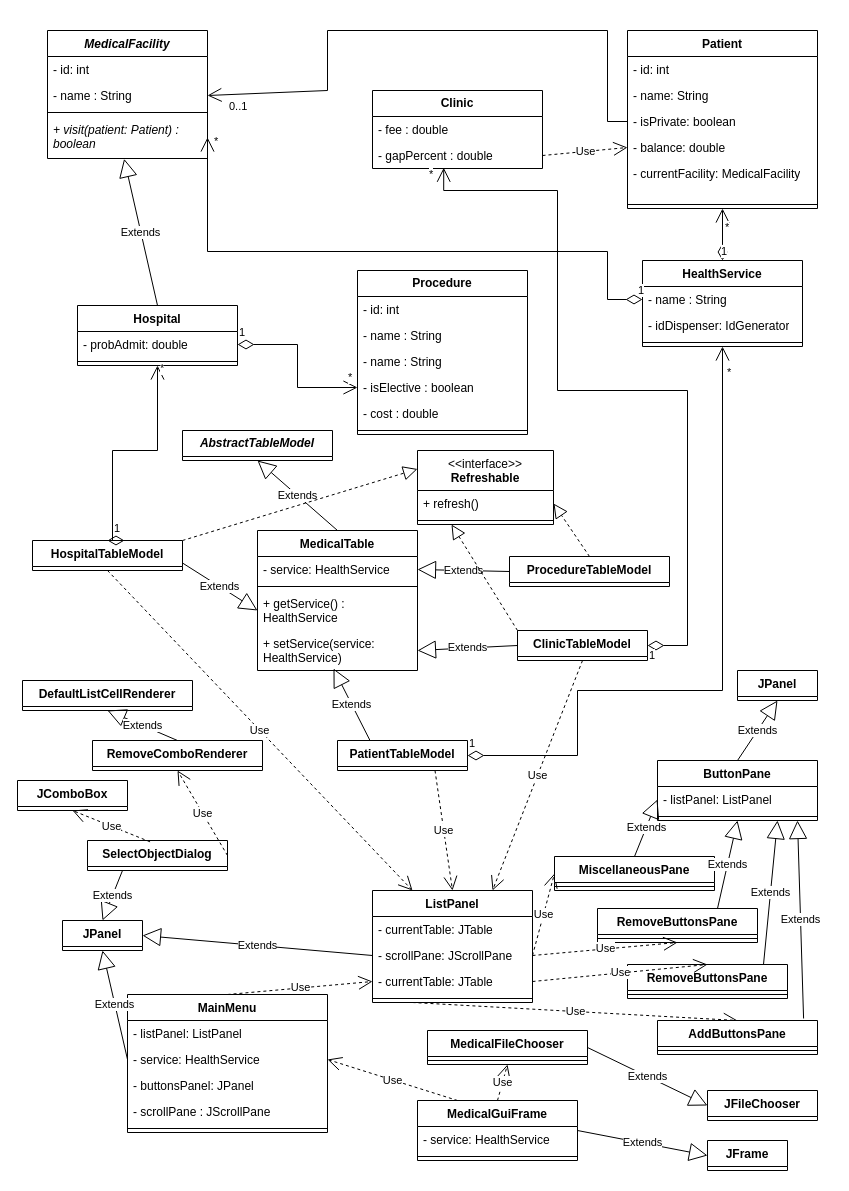
Before: UML_diagram.drawio in YvesStraten/medical-console-gui, a draw.io diagram. Source tidied: cells renumbered, new cells numbered last; positions are measured from the earlier drawing's top-left corner, leaving out a move shared by most shapes. Both pictures are drawn from the tidied source at 100%, with x=0, y=0 at pixel (17, 30).
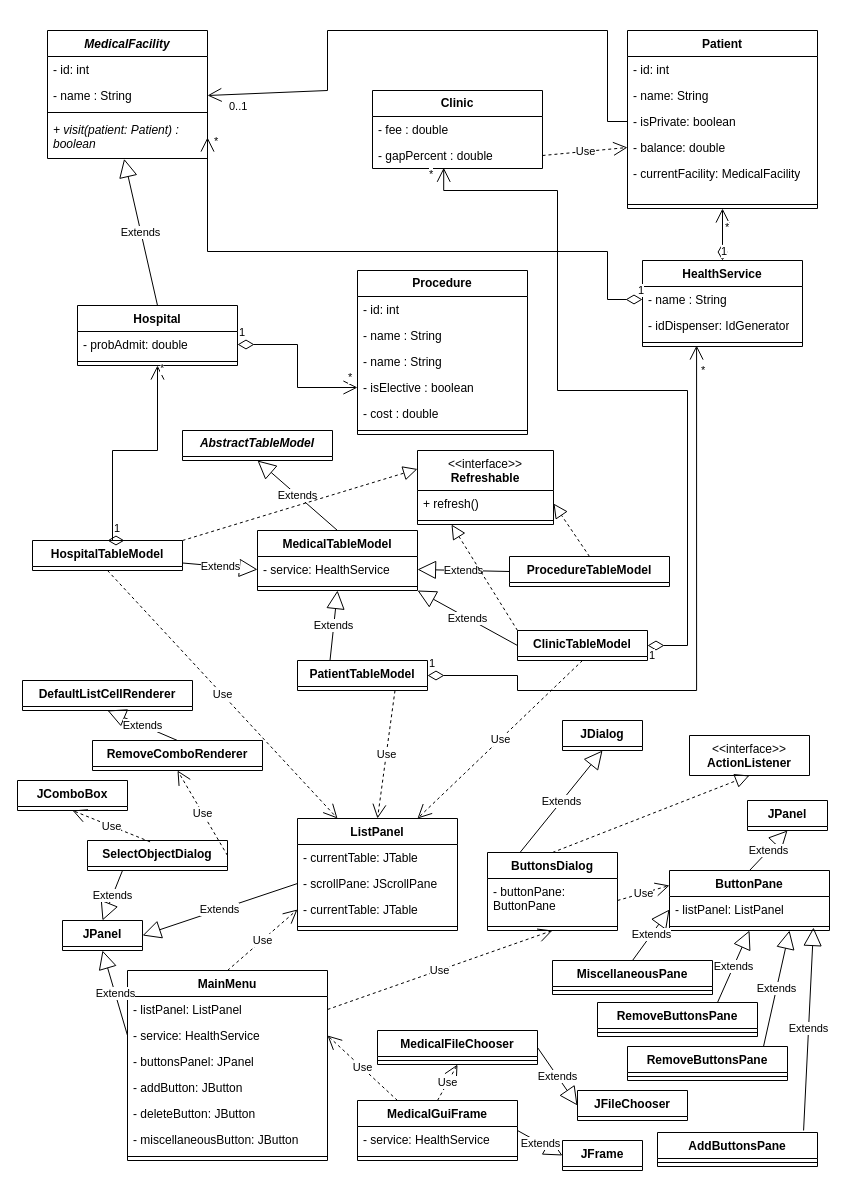
The same diagram, later.

Unchanged cells that the change refers to:
```xml
<mxCell id="25" value="HospitalTableModel" style="swimlane;fontStyle=1;align=center;verticalAlign=top;horizontal=1;startSize=26;whiteSpace=wrap;html=1;" parent="1" vertex="1" collapsed="1">
  <mxGeometry x="15" y="510" width="150" height="30" as="geometry" />
</mxCell>
<mxCell id="28" value="HealthService" style="swimlane;fontStyle=1;align=center;verticalAlign=top;horizontal=1;startSize=26;whiteSpace=wrap;html=1;" parent="1" vertex="1">
  <mxGeometry x="625" y="230" width="160" height="86" as="geometry" />
</mxCell>
<mxCell id="31" style="line;strokeWidth=1;fillColor=none;align=left;verticalAlign=middle;spacingTop=-1;spacingLeft=3;spacingRight=3;labelPosition=right;points=[];portConstraint=eastwest;strokeColor=inherit;" parent="28" vertex="1">
  <mxGeometry y="78" width="160" height="8" as="geometry" />
</mxCell>
<mxCell id="43" value="ClinicTableModel" style="swimlane;fontStyle=1;align=center;verticalAlign=top;horizontal=1;startSize=26;whiteSpace=wrap;html=1;" parent="1" vertex="1" collapsed="1">
  <mxGeometry x="500" y="600" width="130" height="30" as="geometry" />
</mxCell>
<mxCell id="52" value="&lt;div&gt;- listPanel: ListPanel&lt;/div&gt;" style="text;strokeColor=none;fillColor=none;align=left;verticalAlign=top;spacingLeft=4;spacingRight=4;overflow=hidden;points=[[0,0.5],[1,0.5]];portConstraint=eastwest;whiteSpace=wrap;html=1;" parent="51" vertex="1">
  <mxGeometry y="26" width="200" height="26" as="geometry" />
</mxCell>
<mxCell id="70" value="- service: HealthService" style="text;strokeColor=none;fillColor=none;align=left;verticalAlign=top;spacingLeft=4;spacingRight=4;overflow=hidden;points=[[0,0.5],[1,0.5]];portConstraint=eastwest;whiteSpace=wrap;html=1;" parent="69" vertex="1">
  <mxGeometry y="26" width="160" height="26" as="geometry" />
</mxCell>
<mxCell id="79" value="- scrollPane: JScrollPane" style="text;strokeColor=none;fillColor=none;align=left;verticalAlign=top;spacingLeft=4;spacingRight=4;overflow=hidden;points=[[0,0.5],[1,0.5]];portConstraint=eastwest;whiteSpace=wrap;html=1;" parent="77" vertex="1">
  <mxGeometry y="52" width="160" height="26" as="geometry" />
</mxCell>
<mxCell id="80" value="- currentTable: JTable" style="text;strokeColor=none;fillColor=none;align=left;verticalAlign=top;spacingLeft=4;spacingRight=4;overflow=hidden;points=[[0,0.5],[1,0.5]];portConstraint=eastwest;whiteSpace=wrap;html=1;" parent="77" vertex="1">
  <mxGeometry y="78" width="160" height="26" as="geometry" />
</mxCell>
<mxCell id="112" style="line;strokeWidth=1;fillColor=none;align=left;verticalAlign=middle;spacingTop=-1;spacingLeft=3;spacingRight=3;labelPosition=right;points=[];portConstraint=eastwest;strokeColor=inherit;" parent="110" vertex="1">
  <mxGeometry y="52" width="160" height="8" as="geometry" />
</mxCell>
```

Diff of the diagram source:
```diff
@@
-    <mxCell id="3" value="Extends" style="endArrow=block;endSize=16;endFill=0;html=1;rounded=0;exitX=1;exitY=0.75;exitDx=0;exitDy=0;entryX=0;entryY=0.5;entryDx=0;entryDy=0;" parent="1" edge="1" source="25" target="72">
+    <mxCell id="3" value="Extends" style="endArrow=block;endSize=16;endFill=0;html=1;rounded=0;exitX=1;exitY=0.75;exitDx=0;exitDy=0;entryX=0;entryY=0.5;entryDx=0;entryDy=0;" parent="1" edge="1" source="25" target="70">
       <mxGeometry relative="1" as="geometry" />
     </mxCell>
@@
-    <mxCell id="44" value="Extends" style="endArrow=block;endSize=16;endFill=0;html=1;rounded=0;exitX=0;exitY=0.5;exitDx=0;exitDy=0;entryX=1;entryY=0.5;entryDx=0;entryDy=0;" parent="1" edge="1" source="43" target="73">
+    <mxCell id="44" value="Extends" style="endArrow=block;endSize=16;endFill=0;html=1;rounded=0;exitX=0;exitY=0.5;exitDx=0;exitDy=0;entryX=1;entryY=1;entryDx=0;entryDy=0;" parent="1" edge="1" source="43" target="69">
       <mxGeometry relative="1" as="geometry" />
     </mxCell>
     <mxCell id="45" value="PatientTableModel" style="swimlane;fontStyle=1;align=center;verticalAlign=top;horizontal=1;startSize=26;whiteSpace=wrap;html=1;" parent="1" vertex="1" collapsed="1">
-      <mxGeometry x="320" y="710" width="130" height="30" as="geometry" />
+      <mxGeometry x="280" y="630" width="130" height="30" as="geometry" />
     </mxCell>
-    <mxCell id="46" value="Extends" style="endArrow=block;endSize=16;endFill=0;html=1;rounded=0;exitX=0.25;exitY=0;exitDx=0;exitDy=0;entryX=0.475;entryY=0.95;entryDx=0;entryDy=0;entryPerimeter=0;" parent="1" edge="1" source="45" target="73">
+    <mxCell id="46" value="Extends" style="endArrow=block;endSize=16;endFill=0;html=1;rounded=0;exitX=0.25;exitY=0;exitDx=0;exitDy=0;entryX=0.5;entryY=1;entryDx=0;entryDy=0;" parent="1" edge="1" source="45" target="69">
       <mxGeometry relative="1" as="geometry" />
     </mxCell>
-    <mxCell id="47" value="1" style="endArrow=open;html=1;endSize=12;startArrow=diamondThin;startSize=14;startFill=0;edgeStyle=orthogonalEdgeStyle;align=left;verticalAlign=bottom;rounded=0;exitX=1;exitY=0.5;exitDx=0;exitDy=0;entryX=0.5;entryY=1;entryDx=0;entryDy=0;" parent="1" edge="1" source="45" target="28">
+    <mxCell id="47" value="1" style="endArrow=open;html=1;endSize=12;startArrow=diamondThin;startSize=14;startFill=0;edgeStyle=orthogonalEdgeStyle;align=left;verticalAlign=bottom;rounded=0;exitX=1;exitY=0.5;exitDx=0;exitDy=0;entryX=0.338;entryY=0.875;entryDx=0;entryDy=0;entryPerimeter=0;" parent="1" edge="1" source="45" target="31">
       <mxGeometry x="-1" y="3" relative="1" as="geometry">
         <Array as="points">
-          <mxPoint x="560" y="725" />
-          <mxPoint x="560" y="660" />
-          <mxPoint x="705" y="660" />
+          <mxPoint x="500" y="645" />
+          <mxPoint x="500" y="660" />
+          <mxPoint x="679" y="660" />
         </Array>
       </mxGeometry>
     </mxCell>
@@
     <mxCell id="51" value="MainMenu" style="swimlane;fontStyle=1;align=center;verticalAlign=top;horizontal=1;startSize=26;whiteSpace=wrap;html=1;" parent="1" vertex="1">
-      <mxGeometry x="110" y="964" width="200" height="138" as="geometry" />
+      <mxGeometry x="110" y="940" width="200" height="190" as="geometry" />
     </mxCell>
@@
-    <mxCell id="55" value="- scrollPane : JScrollPane" style="text;strokeColor=none;fillColor=none;align=left;verticalAlign=top;spacingLeft=4;spacingRight=4;overflow=hidden;whiteSpace=wrap;html=1;" parent="51" vertex="1">
-      <mxGeometry y="104" width="200" height="26" as="geometry" />
-    </mxCell>
+    <mxCell id="126" value="- addButton: JButton" style="text;strokeColor=none;fillColor=none;align=left;verticalAlign=top;spacingLeft=4;spacingRight=4;overflow=hidden;whiteSpace=wrap;html=1;" parent="51" vertex="1">
+      <mxGeometry y="104" width="200" height="26" as="geometry" />
+    </mxCell>
+    <mxCell id="127" value="- deleteButton: JButton" style="text;strokeColor=none;fillColor=none;align=left;verticalAlign=top;spacingLeft=4;spacingRight=4;overflow=hidden;whiteSpace=wrap;html=1;" parent="51" vertex="1">
+      <mxGeometry y="130" width="200" height="26" as="geometry" />
+    </mxCell>
+    <mxCell id="128" value="- miscellaneousButton: JButton" style="text;strokeColor=none;fillColor=none;align=left;verticalAlign=top;spacingLeft=4;spacingRight=4;overflow=hidden;whiteSpace=wrap;html=1;" parent="51" vertex="1">
+      <mxGeometry y="156" width="200" height="26" as="geometry" />
+    </mxCell>
     <mxCell id="56" style="line;strokeWidth=1;fillColor=none;align=left;verticalAlign=middle;spacingTop=-1;spacingLeft=3;spacingRight=3;labelPosition=right;strokeColor=inherit;" parent="51" vertex="1">
-      <mxGeometry y="130" width="200" height="8" as="geometry" />
+      <mxGeometry y="182" width="200" height="8" as="geometry" />
     </mxCell>
@@
     <mxCell id="59" value="JFrame" style="swimlane;fontStyle=1;align=center;verticalAlign=top;horizontal=1;startSize=26;whiteSpace=wrap;html=1;" parent="1" vertex="1" collapsed="1">
-      <mxGeometry x="690" y="1110" width="80" height="30" as="geometry" />
+      <mxGeometry x="545" y="1110" width="80" height="30" as="geometry" />
     </mxCell>
@@
     <mxCell id="61" value="MedicalGuiFrame" style="swimlane;fontStyle=1;align=center;verticalAlign=top;horizontal=1;startSize=26;whiteSpace=wrap;html=1;" parent="1" vertex="1">
-      <mxGeometry x="400" y="1070" width="160" height="60" as="geometry" />
+      <mxGeometry x="340" y="1070" width="160" height="60" as="geometry" />
     </mxCell>
@@
     <mxCell id="64" value="MedicalFileChooser" style="swimlane;fontStyle=1;align=center;verticalAlign=top;horizontal=1;startSize=26;whiteSpace=wrap;html=1;" parent="1" vertex="1">
-      <mxGeometry x="410" y="1000" width="160" height="34" as="geometry" />
+      <mxGeometry x="360" y="1000" width="160" height="34" as="geometry" />
     </mxCell>
@@
     <mxCell id="66" value="JFileChooser" style="swimlane;fontStyle=1;align=center;verticalAlign=top;horizontal=1;startSize=26;whiteSpace=wrap;html=1;" parent="1" vertex="1" collapsed="1">
-      <mxGeometry x="690" y="1060" width="110" height="30" as="geometry" />
+      <mxGeometry x="560" y="1060" width="110" height="30" as="geometry" />
     </mxCell>
@@
-    <mxCell id="69" value="MedicalTable" style="swimlane;fontStyle=1;align=center;verticalAlign=top;horizontal=1;startSize=26;whiteSpace=wrap;html=1;" parent="1" vertex="1">
-      <mxGeometry x="240" y="500" width="160" height="140" as="geometry" />
+    <mxCell id="69" value="MedicalTableModel" style="swimlane;fontStyle=1;align=center;verticalAlign=top;horizontal=1;startSize=26;whiteSpace=wrap;html=1;" parent="1" vertex="1">
+      <mxGeometry x="240" y="500" width="160" height="60" as="geometry" />
     </mxCell>
@@
-    <mxCell id="72" value="+ getService() : HealthService" style="text;strokeColor=none;fillColor=none;align=left;verticalAlign=top;spacingLeft=4;spacingRight=4;overflow=hidden;points=[[0,0.5],[1,0.5]];portConstraint=eastwest;whiteSpace=wrap;html=1;" parent="69" vertex="1">
-      <mxGeometry y="60" width="160" height="40" as="geometry" />
-    </mxCell>
-    <mxCell id="73" value="+ setService(service: HealthService)" style="text;strokeColor=none;fillColor=none;align=left;verticalAlign=top;spacingLeft=4;spacingRight=4;overflow=hidden;points=[[0,0.5],[1,0.5]];portConstraint=eastwest;whiteSpace=wrap;html=1;" parent="69" vertex="1">
-      <mxGeometry y="100" width="160" height="40" as="geometry" />
-    </mxCell>
@@
     <mxCell id="77" value="ListPanel" style="swimlane;fontStyle=1;align=center;verticalAlign=top;horizontal=1;startSize=26;whiteSpace=wrap;html=1;" parent="1" vertex="1">
-      <mxGeometry x="355" y="860" width="160" height="112" as="geometry" />
+      <mxGeometry x="280" y="788" width="160" height="112" as="geometry" />
     </mxCell>
@@
-    <mxCell id="83" value="Use" style="endArrow=open;endSize=12;dashed=1;html=1;rounded=0;entryX=0.5;entryY=0;entryDx=0;entryDy=0;exitX=0.25;exitY=1;exitDx=0;exitDy=0;" parent="1" edge="1" source="77" target="84">
-      <mxGeometry relative="1" as="geometry" />
-    </mxCell>
     <mxCell id="84" value="AddButtonsPane" style="swimlane;fontStyle=1;align=center;verticalAlign=top;horizontal=1;startSize=26;whiteSpace=wrap;html=1;" parent="1" vertex="1">
-      <mxGeometry x="640" y="990" width="160" height="34" as="geometry" />
+      <mxGeometry x="640" y="1102" width="160" height="34" as="geometry" />
     </mxCell>
@@
     <mxCell id="86" value="RemoveButtonsPane&lt;div&gt;&lt;br&gt;&lt;/div&gt;" style="swimlane;fontStyle=1;align=center;verticalAlign=top;horizontal=1;startSize=26;whiteSpace=wrap;html=1;" parent="1" vertex="1">
-      <mxGeometry x="610" y="934" width="160" height="34" as="geometry" />
+      <mxGeometry x="610" y="1016" width="160" height="34" as="geometry" />
     </mxCell>
@@
     <mxCell id="88" value="RemoveButtonsPane&lt;div&gt;&lt;br&gt;&lt;/div&gt;" style="swimlane;fontStyle=1;align=center;verticalAlign=top;horizontal=1;startSize=26;whiteSpace=wrap;html=1;" parent="1" vertex="1">
-      <mxGeometry x="580" y="878" width="160" height="34" as="geometry" />
+      <mxGeometry x="580" y="972" width="160" height="34" as="geometry" />
     </mxCell>
@@
-    <mxCell id="90" value="Use" style="endArrow=open;endSize=12;dashed=1;html=1;rounded=0;entryX=0.5;entryY=0;entryDx=0;entryDy=0;exitX=1;exitY=0.5;exitDx=0;exitDy=0;" parent="1" edge="1" source="80" target="86">
-      <mxGeometry relative="1" as="geometry" />
-    </mxCell>
-    <mxCell id="91" value="Use" style="endArrow=open;endSize=12;dashed=1;html=1;rounded=0;entryX=0.5;entryY=1;entryDx=0;entryDy=0;exitX=1;exitY=0.5;exitDx=0;exitDy=0;" parent="1" edge="1" source="79" target="88">
-      <mxGeometry relative="1" as="geometry" />
-    </mxCell>
-    <mxCell id="92" value="Use" style="endArrow=open;endSize=12;dashed=1;html=1;rounded=0;entryX=0;entryY=0.5;entryDx=0;entryDy=0;exitX=1;exitY=0.5;exitDx=0;exitDy=0;" parent="1" edge="1" source="79" target="93">
-      <mxGeometry relative="1" as="geometry" />
-    </mxCell>
     <mxCell id="93" value="&lt;div&gt;MiscellaneousPane&lt;/div&gt;" style="swimlane;fontStyle=1;align=center;verticalAlign=top;horizontal=1;startSize=26;whiteSpace=wrap;html=1;" parent="1" vertex="1">
-      <mxGeometry x="537" y="826" width="160" height="34" as="geometry" />
+      <mxGeometry x="535" y="930" width="160" height="34" as="geometry" />
     </mxCell>
@@
     <mxCell id="109" value="JPanel" style="swimlane;fontStyle=1;align=center;verticalAlign=top;horizontal=1;startSize=26;whiteSpace=wrap;html=1;" parent="1" vertex="1" collapsed="1">
-      <mxGeometry x="720" y="640" width="80" height="30" as="geometry" />
+      <mxGeometry x="730" y="770" width="80" height="30" as="geometry" />
     </mxCell>
     <mxCell id="110" value="ButtonPane" style="swimlane;fontStyle=1;align=center;verticalAlign=top;horizontal=1;startSize=26;whiteSpace=wrap;html=1;" parent="1" vertex="1">
-      <mxGeometry x="640" y="730" width="160" height="60" as="geometry" />
+      <mxGeometry x="652" y="840" width="160" height="60" as="geometry" />
     </mxCell>
@@
-    <mxCell id="117" value="Extends" style="endArrow=block;endSize=16;endFill=0;html=1;rounded=0;exitX=0.913;exitY=-0.059;exitDx=0;exitDy=0;exitPerimeter=0;" parent="1" edge="1" source="84">
-      <mxGeometry relative="1" as="geometry">
-        <mxPoint x="780" y="790" as="targetPoint" />
-      </mxGeometry>
+    <mxCell id="117" value="Extends" style="endArrow=block;endSize=16;endFill=0;html=1;rounded=0;exitX=0.913;exitY=-0.059;exitDx=0;exitDy=0;exitPerimeter=0;entryX=0.9;entryY=0.625;entryDx=0;entryDy=0;entryPerimeter=0;" parent="1" edge="1" source="84" target="112">
+      <mxGeometry relative="1" as="geometry" />
     </mxCell>
@@
+    <mxCell id="129" value="ButtonsDialog" style="swimlane;fontStyle=1;align=center;verticalAlign=top;horizontal=1;startSize=26;whiteSpace=wrap;html=1;" parent="1" vertex="1">
+      <mxGeometry x="470" y="822" width="130" height="78" as="geometry" />
+    </mxCell>
+    <mxCell id="130" value="- buttonPane: ButtonPane" style="text;strokeColor=none;fillColor=none;align=left;verticalAlign=top;spacingLeft=4;spacingRight=4;overflow=hidden;points=[[0,0.5],[1,0.5]];portConstraint=eastwest;whiteSpace=wrap;html=1;" parent="129" vertex="1">
+      <mxGeometry y="26" width="130" height="44" as="geometry" />
+    </mxCell>
+    <mxCell id="131" style="line;strokeWidth=1;fillColor=none;align=left;verticalAlign=middle;spacingTop=-1;spacingLeft=3;spacingRight=3;labelPosition=right;strokeColor=inherit;" parent="129" vertex="1">
+      <mxGeometry y="70" width="130" height="8" as="geometry" />
+    </mxCell>
+    <mxCell id="132" value="&lt;span style=&quot;font-weight: normal;&quot;&gt;&amp;lt;&amp;lt;interface&amp;gt;&amp;gt;&lt;/span&gt;&lt;div&gt;ActionListener&lt;/div&gt;" style="swimlane;fontStyle=1;align=center;verticalAlign=top;horizontal=1;startSize=40;whiteSpace=wrap;html=1;" parent="1" vertex="1" collapsed="1">
+      <mxGeometry x="672" y="705" width="120" height="40" as="geometry" />
+    </mxCell>
+    <mxCell id="133" style="endArrow=block;dashed=1;endFill=0;endSize=12;html=1;rounded=0;entryX=0.5;entryY=1;entryDx=0;entryDy=0;exitX=0.5;exitY=0;exitDx=0;exitDy=0;" parent="1" edge="1" source="129" target="132">
+      <mxGeometry relative="1" as="geometry" />
+    </mxCell>
+    <mxCell id="134" value="Use" style="endArrow=open;endSize=12;dashed=1;html=1;rounded=0;entryX=0;entryY=0.25;entryDx=0;entryDy=0;exitX=1;exitY=0.5;exitDx=0;exitDy=0;" parent="1" edge="1" source="130" target="110">
+      <mxGeometry relative="1" as="geometry" />
+    </mxCell>
+    <mxCell id="135" value="Extends" style="endArrow=block;endSize=16;endFill=0;html=1;rounded=0;exitX=0.25;exitY=0;exitDx=0;exitDy=0;entryX=0.5;entryY=1;entryDx=0;entryDy=0;" parent="1" edge="1" source="129" target="136">
+      <mxGeometry relative="1" as="geometry" />
+    </mxCell>
+    <mxCell id="136" value="JDialog" style="swimlane;fontStyle=1;align=center;verticalAlign=top;horizontal=1;startSize=26;whiteSpace=wrap;html=1;" parent="1" vertex="1" collapsed="1">
+      <mxGeometry x="545" y="690" width="80" height="30" as="geometry" />
+    </mxCell>
+    <mxCell id="91" value="Use" style="endArrow=open;endSize=12;dashed=1;html=1;rounded=0;entryX=0.5;entryY=1;entryDx=0;entryDy=0;exitX=1;exitY=0.5;exitDx=0;exitDy=0;" parent="1" edge="1" source="52" target="129">
+      <mxGeometry relative="1" as="geometry" />
+    </mxCell>
```
